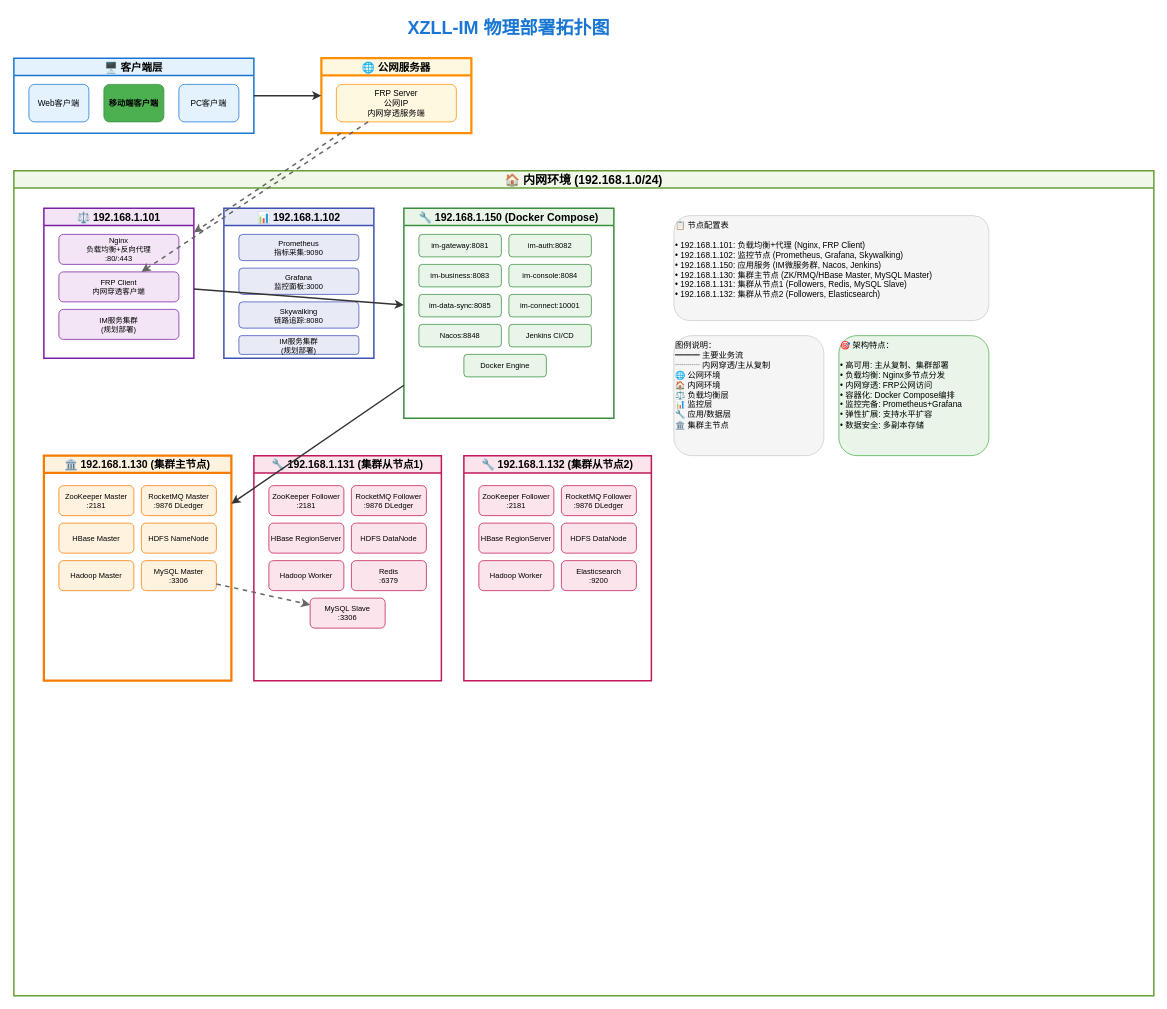
598572/xzll-im-server keeps this draw.io diagram as doc/drawio/物理部署拓扑图.drawio. Above is the earlier version. Source tidied: cells renumbered, new cells numbered last; positions are measured from the earlier drawing's top-left corner, leaving out a move shared by most shapes. Both pictures are drawn from the tidied source at 75%, with x=0, y=0 at pixel (14, 13).
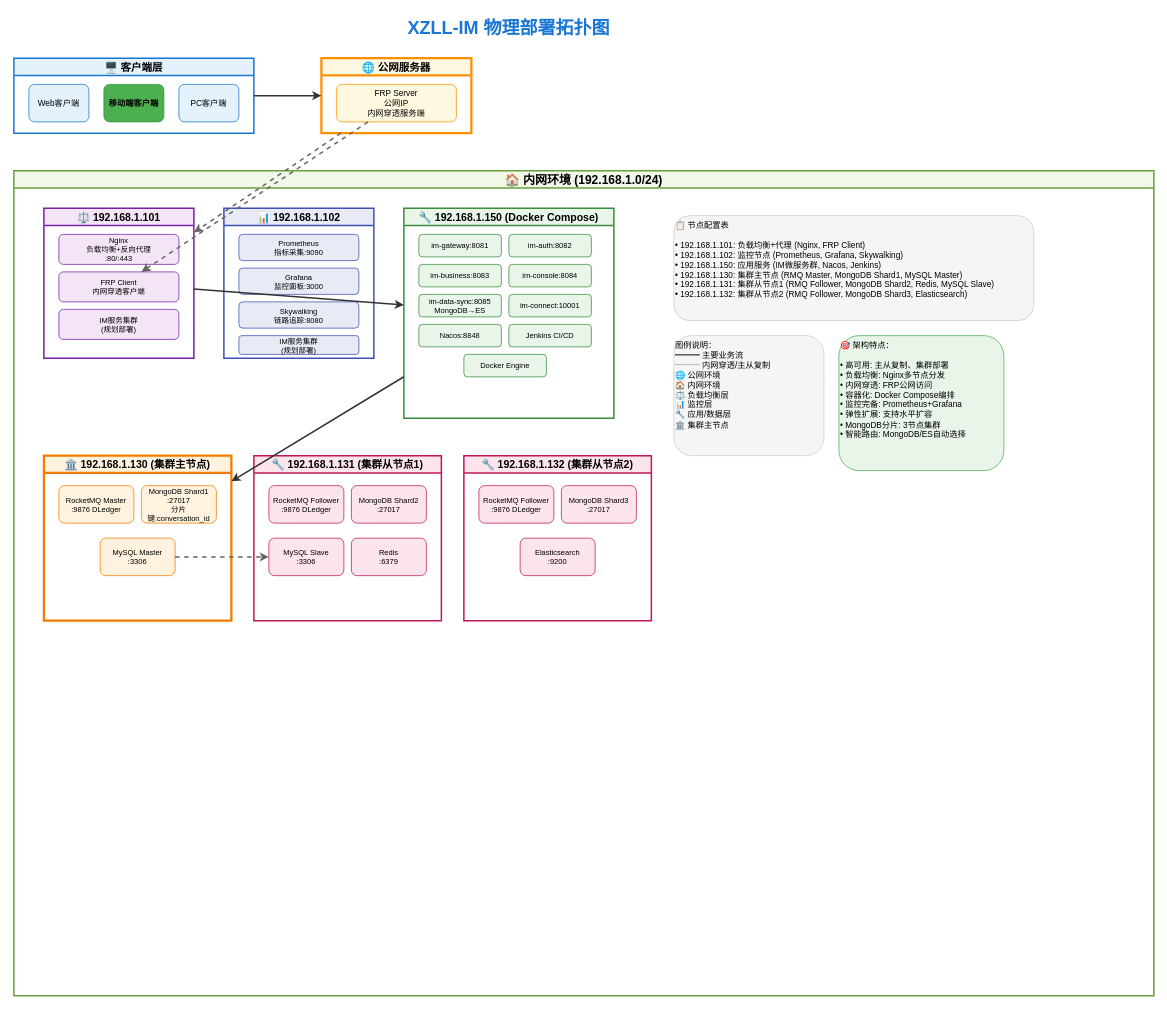
After the change.

Commit message (it also covers changes not shown here):
架构图变更

The change refers to these unchanged cells:
```xml
<mxCell id="9" value="🏠 内网环境 (192.168.1.0/24)" style="swimlane;whiteSpace=wrap;html=1;fillColor=#F1F8E9;strokeColor=#689F38;strokeWidth=2;fontStyle=1;fontSize=16;" parent="1" vertex="1">
  <mxGeometry y="210" width="1520" height="1100" as="geometry" />
</mxCell>
<mxCell id="19" value="🔧 192.168.1.150 (Docker Compose)" style="swimlane;whiteSpace=wrap;html=1;fillColor=#E8F5E8;strokeColor=#388E3C;strokeWidth=2;fontStyle=1;fontSize=14;" parent="9" vertex="1">
  <mxGeometry x="520" y="50" width="280" height="280" as="geometry" />
</mxCell>
```

Diff of the diagram source:
```diff
@@
-    <mxCell id="24" value="im-data-sync:8085" style="rounded=1;whiteSpace=wrap;html=1;fillColor=#E8F5E8;strokeColor=#388E3C;fontSize=10;" parent="19" vertex="1">
+    <mxCell id="24" value="im-data-sync:8085&lt;br&gt;MongoDB→ES" style="rounded=1;whiteSpace=wrap;html=1;fillColor=#E8F5E8;strokeColor=#388E3C;fontSize=10;" parent="19" vertex="1">
       <mxGeometry x="20" y="115" width="110" height="30" as="geometry" />
     </mxCell>
@@
     <mxCell id="29" value="🏛️ 192.168.1.130 (集群主节点)" style="swimlane;whiteSpace=wrap;html=1;fillColor=#FFF3E0;strokeColor=#F57C00;strokeWidth=3;fontStyle=1;fontSize=14;" parent="9" vertex="1">
-      <mxGeometry x="40" y="380" width="250" height="300" as="geometry" />
+      <mxGeometry x="40" y="380" width="250" height="220" as="geometry" />
     </mxCell>
-    <mxCell id="30" value="ZooKeeper Master&lt;br&gt;:2181" style="rounded=1;whiteSpace=wrap;html=1;fillColor=#FFF3E0;strokeColor=#F57C00;fontSize=10;" parent="29" vertex="1">
-      <mxGeometry x="20" y="40" width="100" height="40" as="geometry" />
-    </mxCell>
     <mxCell id="31" value="RocketMQ Master&lt;br&gt;:9876 DLedger" style="rounded=1;whiteSpace=wrap;html=1;fillColor=#FFF3E0;strokeColor=#F57C00;fontSize=10;" parent="29" vertex="1">
-      <mxGeometry x="130" y="40" width="100" height="40" as="geometry" />
+      <mxGeometry x="20" y="40" width="100" height="50" as="geometry" />
     </mxCell>
-    <mxCell id="32" value="HBase Master" style="rounded=1;whiteSpace=wrap;html=1;fillColor=#FFF3E0;strokeColor=#F57C00;fontSize=10;" parent="29" vertex="1">
-      <mxGeometry x="20" y="90" width="100" height="40" as="geometry" />
-    </mxCell>
-    <mxCell id="33" value="HDFS NameNode" style="rounded=1;whiteSpace=wrap;html=1;fillColor=#FFF3E0;strokeColor=#F57C00;fontSize=10;" parent="29" vertex="1">
-      <mxGeometry x="130" y="90" width="100" height="40" as="geometry" />
-    </mxCell>
-    <mxCell id="34" value="Hadoop Master" style="rounded=1;whiteSpace=wrap;html=1;fillColor=#FFF3E0;strokeColor=#F57C00;fontSize=10;" parent="29" vertex="1">
-      <mxGeometry x="20" y="140" width="100" height="40" as="geometry" />
-    </mxCell>
+    <mxCell id="60" value="MongoDB Shard1&lt;br&gt;:27017&lt;br&gt;分片键:conversation_id" style="rounded=1;whiteSpace=wrap;html=1;fillColor=#FFF3E0;strokeColor=#F57C00;fontSize=10;" parent="29" vertex="1">
+      <mxGeometry x="130" y="40" width="100" height="50" as="geometry" />
+    </mxCell>
     <mxCell id="35" value="MySQL Master&lt;br&gt;:3306" style="rounded=1;whiteSpace=wrap;html=1;fillColor=#FFF3E0;strokeColor=#F57C00;fontSize=10;" parent="29" vertex="1">
-      <mxGeometry x="130" y="140" width="100" height="40" as="geometry" />
+      <mxGeometry x="75" y="110" width="100" height="50" as="geometry" />
     </mxCell>
     <mxCell id="36" value="🔧 192.168.1.131 (集群从节点1)" style="swimlane;whiteSpace=wrap;html=1;fillColor=#FCE4EC;strokeColor=#C2185B;strokeWidth=2;fontStyle=1;fontSize=14;" parent="9" vertex="1">
-      <mxGeometry x="320" y="380" width="250" height="300" as="geometry" />
+      <mxGeometry x="320" y="380" width="250" height="220" as="geometry" />
     </mxCell>
-    <mxCell id="37" value="ZooKeeper Follower&lt;br&gt;:2181" style="rounded=1;whiteSpace=wrap;html=1;fillColor=#FCE4EC;strokeColor=#C2185B;fontSize=10;" parent="36" vertex="1">
-      <mxGeometry x="20" y="40" width="100" height="40" as="geometry" />
-    </mxCell>
     <mxCell id="38" value="RocketMQ Follower&lt;br&gt;:9876 DLedger" style="rounded=1;whiteSpace=wrap;html=1;fillColor=#FCE4EC;strokeColor=#C2185B;fontSize=10;" parent="36" vertex="1">
-      <mxGeometry x="130" y="40" width="100" height="40" as="geometry" />
+      <mxGeometry x="20" y="40" width="100" height="50" as="geometry" />
     </mxCell>
-    <mxCell id="39" value="HBase RegionServer" style="rounded=1;whiteSpace=wrap;html=1;fillColor=#FCE4EC;strokeColor=#C2185B;fontSize=10;" parent="36" vertex="1">
-      <mxGeometry x="20" y="90" width="100" height="40" as="geometry" />
-    </mxCell>
-    <mxCell id="40" value="HDFS DataNode" style="rounded=1;whiteSpace=wrap;html=1;fillColor=#FCE4EC;strokeColor=#C2185B;fontSize=10;" parent="36" vertex="1">
-      <mxGeometry x="130" y="90" width="100" height="40" as="geometry" />
-    </mxCell>
-    <mxCell id="41" value="Hadoop Worker" style="rounded=1;whiteSpace=wrap;html=1;fillColor=#FCE4EC;strokeColor=#C2185B;fontSize=10;" parent="36" vertex="1">
-      <mxGeometry x="20" y="140" width="100" height="40" as="geometry" />
-    </mxCell>
+    <mxCell id="61" value="MongoDB Shard2&lt;br&gt;:27017" style="rounded=1;whiteSpace=wrap;html=1;fillColor=#FCE4EC;strokeColor=#C2185B;fontSize=10;" parent="36" vertex="1">
+      <mxGeometry x="130" y="40" width="100" height="50" as="geometry" />
+    </mxCell>
+    <mxCell id="43" value="MySQL Slave&lt;br&gt;:3306" style="rounded=1;whiteSpace=wrap;html=1;fillColor=#FCE4EC;strokeColor=#C2185B;fontSize=10;" parent="36" vertex="1">
+      <mxGeometry x="20" y="110" width="100" height="50" as="geometry" />
+    </mxCell>
     <mxCell id="42" value="Redis&lt;br&gt;:6379" style="rounded=1;whiteSpace=wrap;html=1;fillColor=#FCE4EC;strokeColor=#C2185B;fontSize=10;" parent="36" vertex="1">
-      <mxGeometry x="130" y="140" width="100" height="40" as="geometry" />
+      <mxGeometry x="130" y="110" width="100" height="50" as="geometry" />
     </mxCell>
-    <mxCell id="43" value="MySQL Slave&lt;br&gt;:3306" style="rounded=1;whiteSpace=wrap;html=1;fillColor=#FCE4EC;strokeColor=#C2185B;fontSize=10;" parent="36" vertex="1">
-      <mxGeometry x="75" y="190" width="100" height="40" as="geometry" />
-    </mxCell>
     <mxCell id="44" value="🔧 192.168.1.132 (集群从节点2)" style="swimlane;whiteSpace=wrap;html=1;fillColor=#FCE4EC;strokeColor=#C2185B;strokeWidth=2;fontStyle=1;fontSize=14;" parent="9" vertex="1">
-      <mxGeometry x="600" y="380" width="250" height="300" as="geometry" />
+      <mxGeometry x="600" y="380" width="250" height="220" as="geometry" />
     </mxCell>
-    <mxCell id="45" value="ZooKeeper Follower&lt;br&gt;:2181" style="rounded=1;whiteSpace=wrap;html=1;fillColor=#FCE4EC;strokeColor=#C2185B;fontSize=10;" parent="44" vertex="1">
-      <mxGeometry x="20" y="40" width="100" height="40" as="geometry" />
-    </mxCell>
     <mxCell id="46" value="RocketMQ Follower&lt;br&gt;:9876 DLedger" style="rounded=1;whiteSpace=wrap;html=1;fillColor=#FCE4EC;strokeColor=#C2185B;fontSize=10;" parent="44" vertex="1">
-      <mxGeometry x="130" y="40" width="100" height="40" as="geometry" />
+      <mxGeometry x="20" y="40" width="100" height="50" as="geometry" />
     </mxCell>
-    <mxCell id="47" value="HBase RegionServer" style="rounded=1;whiteSpace=wrap;html=1;fillColor=#FCE4EC;strokeColor=#C2185B;fontSize=10;" parent="44" vertex="1">
-      <mxGeometry x="20" y="90" width="100" height="40" as="geometry" />
-    </mxCell>
-    <mxCell id="48" value="HDFS DataNode" style="rounded=1;whiteSpace=wrap;html=1;fillColor=#FCE4EC;strokeColor=#C2185B;fontSize=10;" parent="44" vertex="1">
-      <mxGeometry x="130" y="90" width="100" height="40" as="geometry" />
-    </mxCell>
-    <mxCell id="49" value="Hadoop Worker" style="rounded=1;whiteSpace=wrap;html=1;fillColor=#FCE4EC;strokeColor=#C2185B;fontSize=10;" parent="44" vertex="1">
-      <mxGeometry x="20" y="140" width="100" height="40" as="geometry" />
-    </mxCell>
+    <mxCell id="62" value="MongoDB Shard3&lt;br&gt;:27017" style="rounded=1;whiteSpace=wrap;html=1;fillColor=#FCE4EC;strokeColor=#C2185B;fontSize=10;" parent="44" vertex="1">
+      <mxGeometry x="130" y="40" width="100" height="50" as="geometry" />
+    </mxCell>
     <mxCell id="50" value="Elasticsearch&lt;br&gt;:9200" style="rounded=1;whiteSpace=wrap;html=1;fillColor=#FCE4EC;strokeColor=#C2185B;fontSize=10;" parent="44" vertex="1">
-      <mxGeometry x="130" y="140" width="100" height="40" as="geometry" />
+      <mxGeometry x="75" y="110" width="100" height="50" as="geometry" />
     </mxCell>
@@
-    <mxCell id="57" value="📋 节点配置表&lt;br&gt;&lt;br&gt;• 192.168.1.101: 负载均衡+代理 (Nginx, FRP Client)&lt;br&gt;• 192.168.1.102: 监控节点 (Prometheus, Grafana, Skywalking)&lt;br&gt;• 192.168.1.150: 应用服务 (IM微服务群, Nacos, Jenkins)&lt;br&gt;• 192.168.1.130: 集群主节点 (ZK/RMQ/HBase Master, MySQL Master)&lt;br&gt;• 192.168.1.131: 集群从节点1 (Followers, Redis, MySQL Slave)&lt;br&gt;• 192.168.1.132: 集群从节点2 (Followers, Elasticsearch)" style="text;html=1;strokeColor=#CCCCCC;fillColor=#F5F5F5;align=left;verticalAlign=top;whiteSpace=wrap;rounded=1;fontSize=11;fontStyle=0;" parent="1" vertex="1">
-      <mxGeometry x="880" y="270" width="420" height="140" as="geometry" />
+    <mxCell id="57" value="📋 节点配置表&lt;br&gt;&lt;br&gt;• 192.168.1.101: 负载均衡+代理 (Nginx, FRP Client)&lt;br&gt;• 192.168.1.102: 监控节点 (Prometheus, Grafana, Skywalking)&lt;br&gt;• 192.168.1.150: 应用服务 (IM微服务群, Nacos, Jenkins)&lt;br&gt;• 192.168.1.130: 集群主节点 (RMQ Master, MongoDB Shard1, MySQL Master)&lt;br&gt;• 192.168.1.131: 集群从节点1 (RMQ Follower, MongoDB Shard2, Redis, MySQL Slave)&lt;br&gt;• 192.168.1.132: 集群从节点2 (RMQ Follower, MongoDB Shard3, Elasticsearch)" style="text;html=1;strokeColor=#CCCCCC;fillColor=#F5F5F5;align=left;verticalAlign=top;whiteSpace=wrap;rounded=1;fontSize=11;fontStyle=0;" parent="1" vertex="1">
+      <mxGeometry x="880" y="270" width="480" height="140" as="geometry" />
     </mxCell>
@@
-    <mxCell id="59" value="🎯 架构特点：&lt;br&gt;&lt;br&gt;• 高可用: 主从复制、集群部署&lt;br&gt;• 负载均衡: Nginx多节点分发&lt;br&gt;• 内网穿透: FRP公网访问&lt;br&gt;• 容器化: Docker Compose编排&lt;br&gt;• 监控完备: Prometheus+Grafana&lt;br&gt;• 弹性扩展: 支持水平扩容&lt;br&gt;• 数据安全: 多副本存储" style="text;html=1;strokeColor=#4CAF50;fillColor=#E8F5E8;align=left;verticalAlign=top;whiteSpace=wrap;rounded=1;fontSize=11;fontStyle=0;" parent="1" vertex="1">
-      <mxGeometry x="1100" y="430" width="200" height="160" as="geometry" />
+    <mxCell id="59" value="🎯 架构特点：&lt;br&gt;&lt;br&gt;• 高可用: 主从复制、集群部署&lt;br&gt;• 负载均衡: Nginx多节点分发&lt;br&gt;• 内网穿透: FRP公网访问&lt;br&gt;• 容器化: Docker Compose编排&lt;br&gt;• 监控完备: Prometheus+Grafana&lt;br&gt;• 弹性扩展: 支持水平扩容&lt;br&gt;• MongoDB分片: 3节点集群&lt;br&gt;• 智能路由: MongoDB/ES自动选择" style="text;html=1;strokeColor=#4CAF50;fillColor=#E8F5E8;align=left;verticalAlign=top;whiteSpace=wrap;rounded=1;fontSize=11;fontStyle=0;" parent="1" vertex="1">
+      <mxGeometry x="1100" y="430" width="220" height="180" as="geometry" />
     </mxCell>
```
